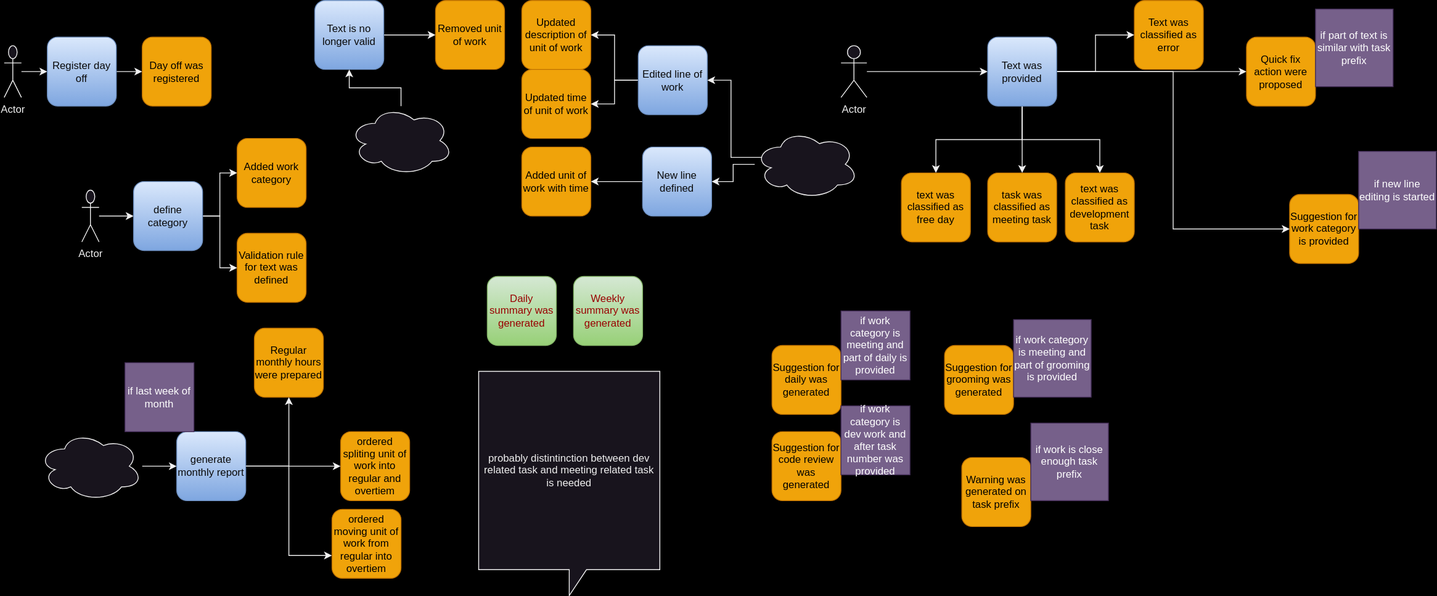
Earlier version of the draw.io export events.svg (jborkows/tsf-lsp). Source tidied: cells renumbered, new cells last; positions are measured from the earlier drawing's top-left corner, leaving out a move shared by most shapes.
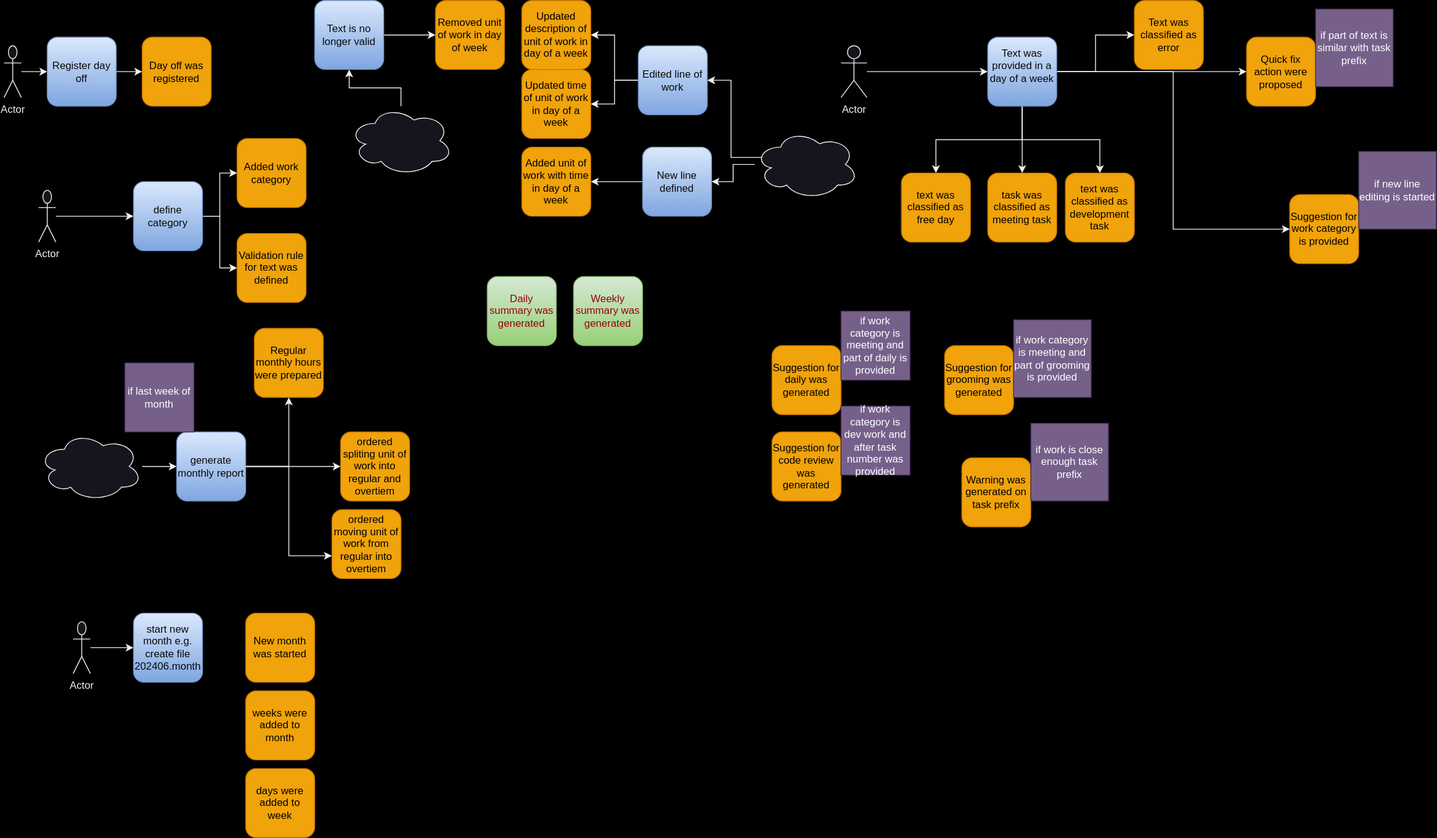
The same file after the commit.

Commit message:
introduce months and weeks

The edit, as a diff of the source:
```diff
@@ -5,16 +5,16 @@
     <mxCell id="2" value="Added work category" style="whiteSpace=wrap;html=1;fillColor=#f0a30a;fontColor=#000000;strokeColor=#BD7000;rounded=1;" parent="1" vertex="1">
       <mxGeometry x="270" y="160" width="80" height="80" as="geometry" />
     </mxCell>
-    <mxCell id="3" value="Added unit of work with time" style="whiteSpace=wrap;html=1;fillColor=#f0a30a;fontColor=#000000;strokeColor=#BD7000;rounded=1;" parent="1" vertex="1">
+    <mxCell id="3" value="Added unit of work with time in day of a week" style="whiteSpace=wrap;html=1;fillColor=#f0a30a;fontColor=#000000;strokeColor=#BD7000;rounded=1;" parent="1" vertex="1">
       <mxGeometry x="600" y="170" width="80" height="80" as="geometry" />
     </mxCell>
-    <mxCell id="4" value="Removed unit of work" style="whiteSpace=wrap;html=1;fillColor=#f0a30a;fontColor=#000000;strokeColor=#BD7000;rounded=1;" parent="1" vertex="1">
+    <mxCell id="4" value="Removed unit of work in day of week" style="whiteSpace=wrap;html=1;fillColor=#f0a30a;fontColor=#000000;strokeColor=#BD7000;rounded=1;" parent="1" vertex="1">
       <mxGeometry x="500" width="80" height="80" as="geometry" />
     </mxCell>
-    <mxCell id="5" value="Updated description of unit of work" style="whiteSpace=wrap;html=1;fillColor=#f0a30a;fontColor=#000000;strokeColor=#BD7000;rounded=1;" parent="1" vertex="1">
+    <mxCell id="5" value="Updated description of unit of work in day of a week" style="whiteSpace=wrap;html=1;fillColor=#f0a30a;fontColor=#000000;strokeColor=#BD7000;rounded=1;" parent="1" vertex="1">
       <mxGeometry x="600" width="80" height="80" as="geometry" />
     </mxCell>
-    <mxCell id="6" value="Updated time of unit of work" style="whiteSpace=wrap;html=1;fillColor=#f0a30a;fontColor=#000000;strokeColor=#BD7000;rounded=1;" parent="1" vertex="1">
+    <mxCell id="6" value="Updated time of unit of work in day of a week" style="whiteSpace=wrap;html=1;fillColor=#f0a30a;fontColor=#000000;strokeColor=#BD7000;rounded=1;" parent="1" vertex="1">
       <mxGeometry x="600" y="80" width="80" height="80" as="geometry" />
     </mxCell>
     <mxCell id="7" value="Daily summary was generated" style="whiteSpace=wrap;html=1;fillColor=#d5e8d4;strokeColor=#82b366;rounded=1;labelBackgroundColor=none;gradientColor=#97d077;fontColor=#990000;" parent="1" vertex="1">
@@ -89,7 +89,7 @@
     <mxCell id="30" style="edgeStyle=orthogonalEdgeStyle;rounded=0;jettySize=auto;html=1;exitX=0.5;exitY=1;exitDx=0;exitDy=0;entryX=0.5;entryY=0;entryDx=0;entryDy=0;" parent="1" edge="1" source="31" target="67">
       <mxGeometry relative="1" as="geometry" />
     </mxCell>
-    <mxCell id="31" value="Text was provided" style="whiteSpace=wrap;html=1;fillColor=#dae8fc;strokeColor=#6c8ebf;rounded=1;gradientColor=#7ea6e0;fontColor=#0A0A0A;" parent="1" vertex="1">
+    <mxCell id="31" value="Text was provided in a day of a week&lt;div&gt;&lt;br&gt;&lt;/div&gt;" style="whiteSpace=wrap;html=1;fillColor=#dae8fc;strokeColor=#6c8ebf;rounded=1;gradientColor=#7ea6e0;fontColor=#0A0A0A;" parent="1" vertex="1">
       <mxGeometry x="1140" y="42.5" width="80" height="80" as="geometry" />
     </mxCell>
     <mxCell id="32" style="edgeStyle=orthogonalEdgeStyle;rounded=0;jettySize=auto;html=1;" parent="1" edge="1" source="33" target="31">
@@ -135,7 +135,7 @@
       <mxGeometry relative="1" as="geometry" />
     </mxCell>
     <mxCell id="46" value="Actor" style="shape=umlActor;verticalLabelPosition=bottom;verticalAlign=top;html=1;outlineConnect=0;" parent="1" vertex="1">
-      <mxGeometry x="90" y="220" width="20" height="60" as="geometry" />
+      <mxGeometry x="40" y="220" width="20" height="60" as="geometry" />
     </mxCell>
     <mxCell id="47" style="edgeStyle=orthogonalEdgeStyle;rounded=0;jettySize=auto;html=1;entryX=0;entryY=0.5;entryDx=0;entryDy=0;" parent="1" edge="1" source="49" target="2">
       <mxGeometry relative="1" as="geometry" />
@@ -191,14 +191,29 @@
     <mxCell id="64" value="if work is close enough task prefix" style="whiteSpace=wrap;html=1;fillColor=#76608a;fontColor=#ffffff;strokeColor=#432D57;" parent="1" vertex="1">
       <mxGeometry x="1190" y="490" width="90" height="90" as="geometry" />
     </mxCell>
-    <mxCell id="65" value="probably distintinction between dev related task and meeting related task is needed" style="shape=callout;whiteSpace=wrap;html=1;perimeter=calloutPerimeter;" parent="1" vertex="1">
-      <mxGeometry x="550" y="430" width="210" height="260" as="geometry" />
-    </mxCell>
     <mxCell id="66" value="text was classified as free day" style="whiteSpace=wrap;html=1;fillColor=#f0a30a;fontColor=#000000;strokeColor=#BD7000;rounded=1;" parent="1" vertex="1">
       <mxGeometry x="1040" y="200" width="80" height="80" as="geometry" />
     </mxCell>
     <mxCell id="67" value="text was classified as development task" style="whiteSpace=wrap;html=1;fillColor=#f0a30a;fontColor=#000000;strokeColor=#BD7000;rounded=1;" parent="1" vertex="1">
       <mxGeometry x="1230" y="200" width="80" height="80" as="geometry" />
     </mxCell>
+    <mxCell id="68" value="New month was started" style="whiteSpace=wrap;html=1;fillColor=#f0a30a;fontColor=#000000;strokeColor=#BD7000;rounded=1;" parent="1" vertex="1">
+      <mxGeometry x="280" y="710" width="80" height="80" as="geometry" />
+    </mxCell>
+    <mxCell id="69" value="weeks were added to month" style="whiteSpace=wrap;html=1;fillColor=#f0a30a;fontColor=#000000;strokeColor=#BD7000;rounded=1;" parent="1" vertex="1">
+      <mxGeometry x="280" y="800" width="80" height="80" as="geometry" />
+    </mxCell>
+    <mxCell id="70" value="days were added to week" style="whiteSpace=wrap;html=1;fillColor=#f0a30a;fontColor=#000000;strokeColor=#BD7000;rounded=1;" parent="1" vertex="1">
+      <mxGeometry x="280" y="890" width="80" height="80" as="geometry" />
+    </mxCell>
+    <mxCell id="71" value="start new month e.g. create file 202406.month" style="whiteSpace=wrap;html=1;fillColor=#dae8fc;strokeColor=#6c8ebf;rounded=1;gradientColor=#7ea6e0;fontColor=#0A0A0A;" parent="1" vertex="1">
+      <mxGeometry x="150" y="710" width="80" height="80" as="geometry" />
+    </mxCell>
+    <mxCell id="72" style="edgeStyle=orthogonalEdgeStyle;rounded=0;jettySize=auto;html=1;" parent="1" edge="1" source="73" target="71">
+      <mxGeometry relative="1" as="geometry" />
+    </mxCell>
+    <mxCell id="73" value="Actor" style="shape=umlActor;verticalLabelPosition=bottom;verticalAlign=top;html=1;outlineConnect=0;" parent="1" vertex="1">
+      <mxGeometry x="80" y="720" width="20" height="60" as="geometry" />
+    </mxCell>
   </root>
 </mxGraphModel>
```
